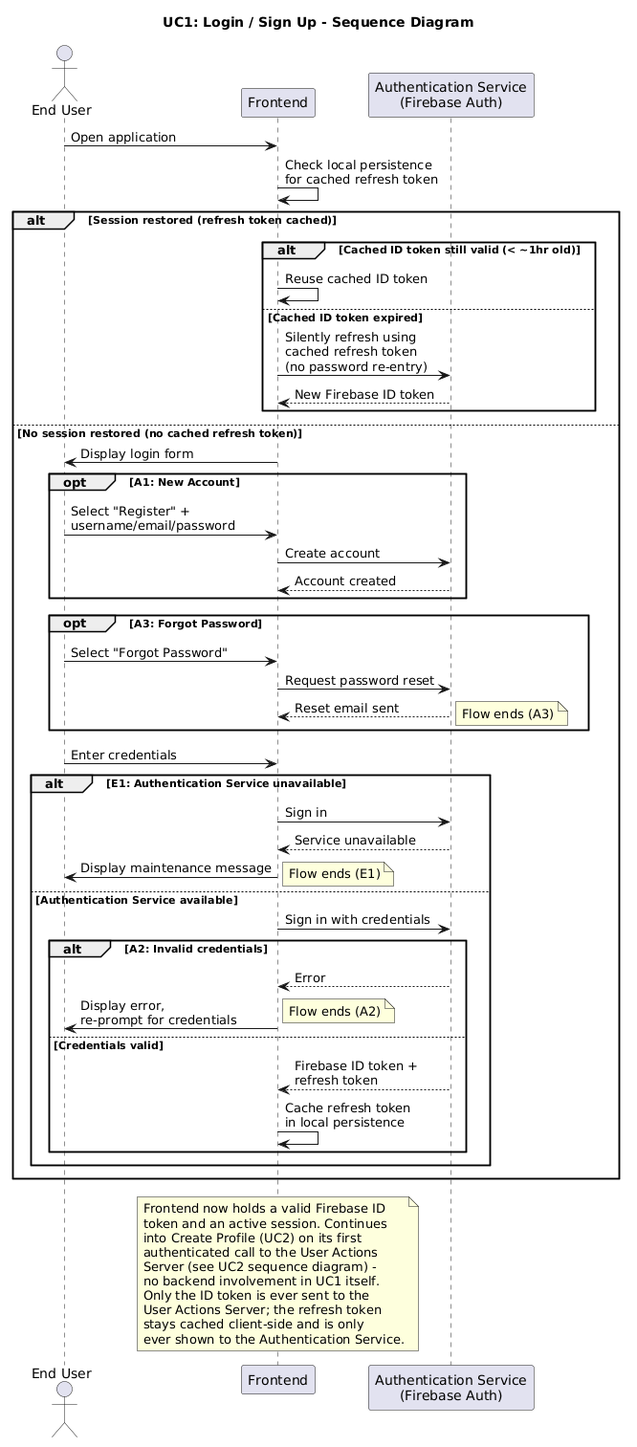
The PlantUML diagram requirements/sequence_diagrams/UC1_Login_SignUp.png in ManosMorf97/Weather-Forecasts-AI-Remastered, before a commit.
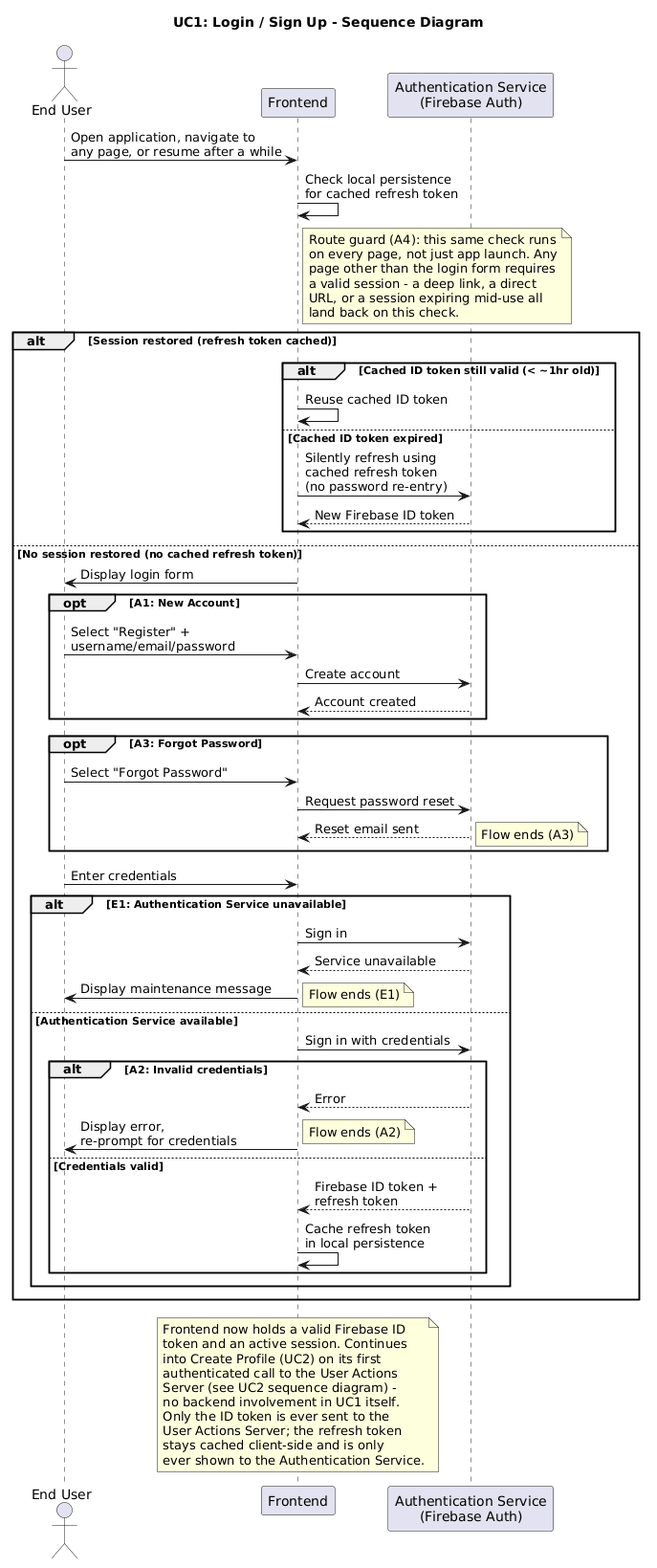
The same file after the commit.

Diff of the diagram source:
```diff
@@ -5,8 +5,17 @@
 participant "Frontend" as Frontend
 participant "Authentication Service\n(Firebase Auth)" as Auth
 
-User -> Frontend: Open application
+User -> Frontend: Open application, navigate to\nany page, or resume after a while
 Frontend -> Frontend: Check local persistence\nfor cached refresh token
+
+note right of Frontend
+  Route guard (A4): this same check runs
+  on every page, not just app launch. Any
+  page other than the login form requires
+  a valid session - a deep link, a direct
+  URL, or a session expiring mid-use all
+  land back on this check.
+end note
 
 alt Session restored (refresh token cached)
   alt Cached ID token still valid (< ~1hr old)
```
